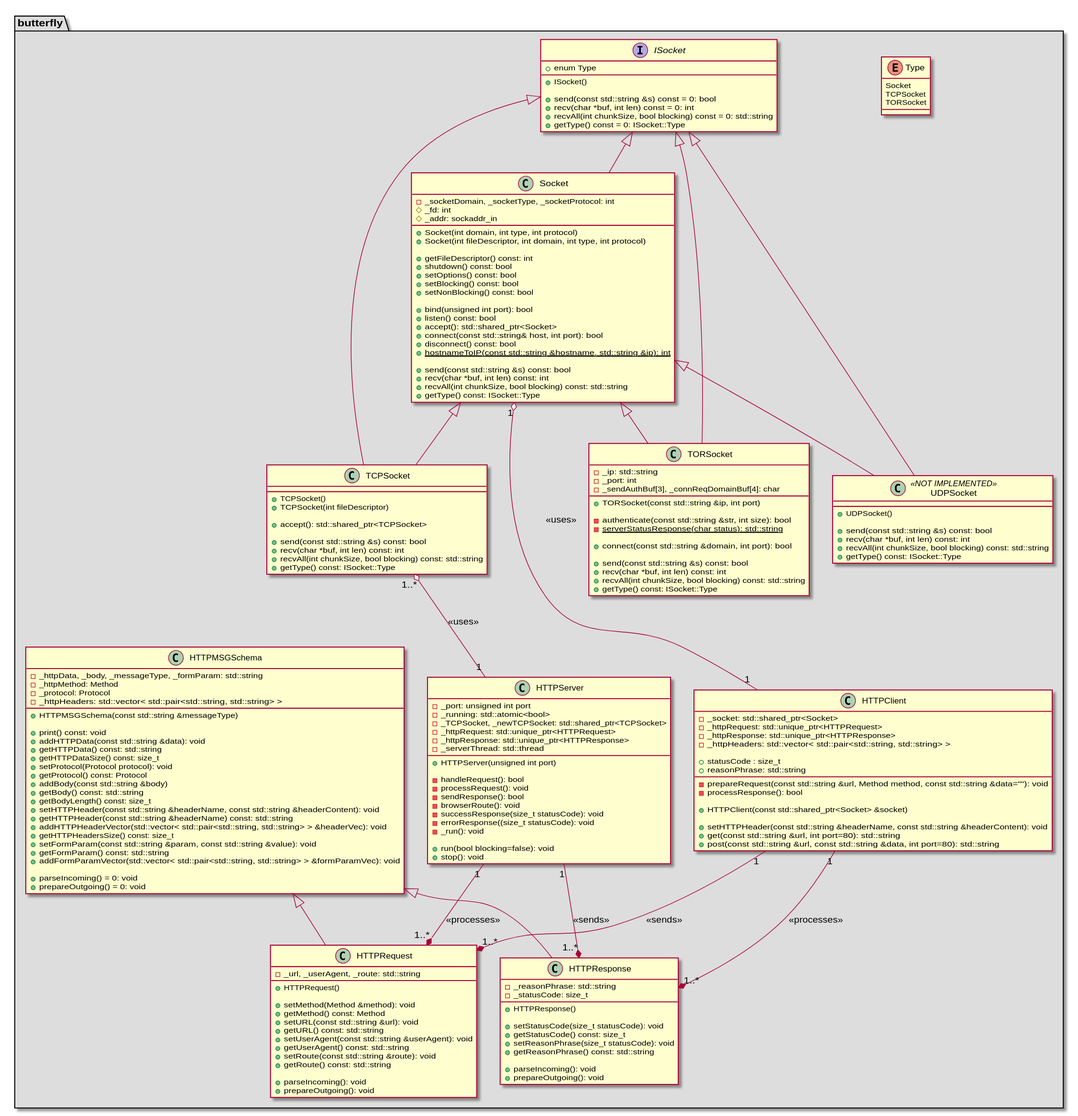
bierschi/butterfly keeps this PlantUML diagram as architecture/class_diagrams/httpServerClient.svg. Above is the earlier version.
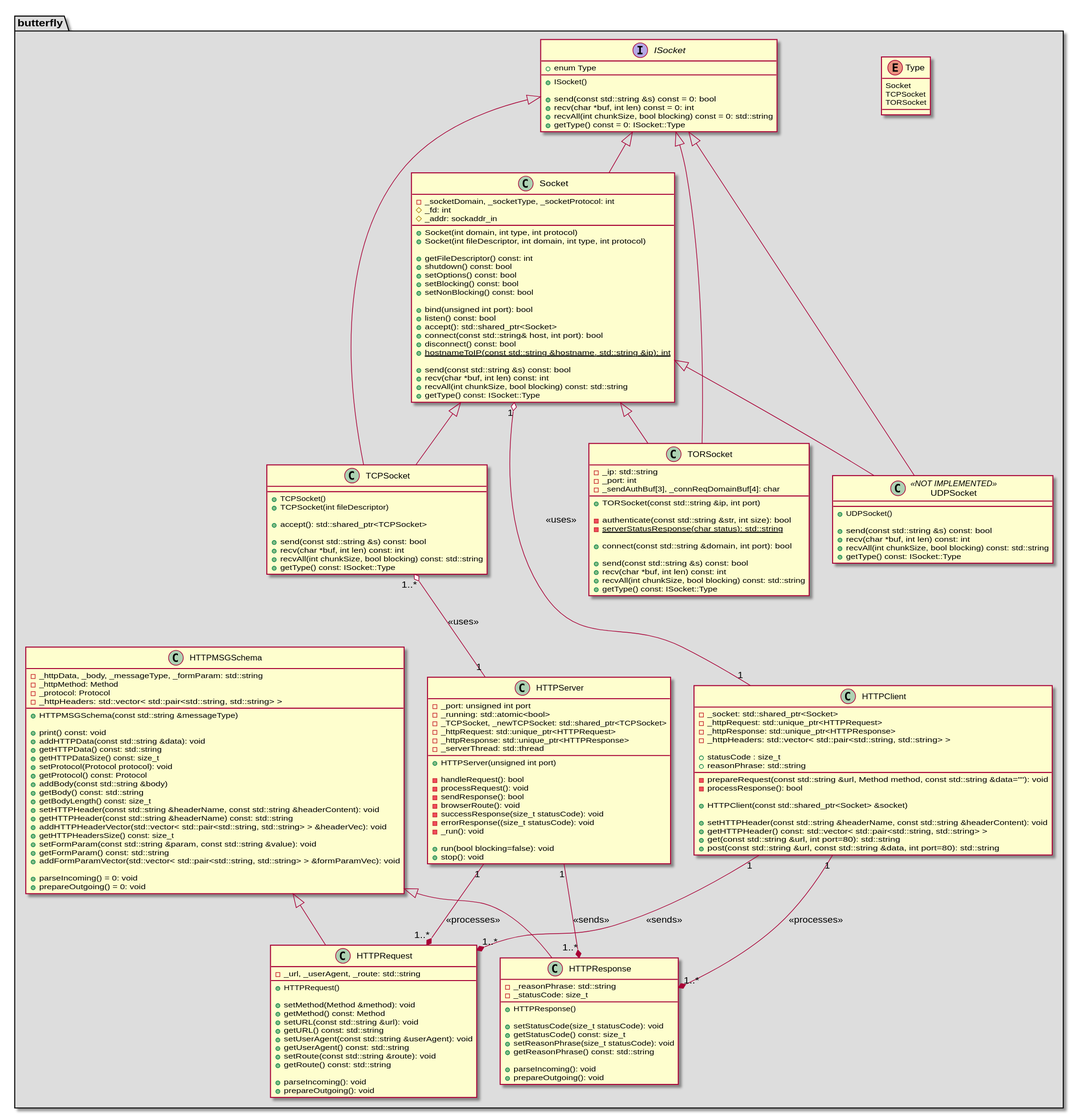
After the change.

What changed in the source:
```diff
@@ -148,6 +148,7 @@
     + HTTPClient(const std::shared_ptr<Socket> &socket)
 
     + setHTTPHeader(const std::string &headerName, const std::string &headerContent): void
+    + getHTTPHeader() const: std::vector< std::pair<std::string, std::string> >
     + get(const std::string &url, int port=80): std::string
     + post(const std::string &url, const std::string &data, int port=80): std::string
 }
```
